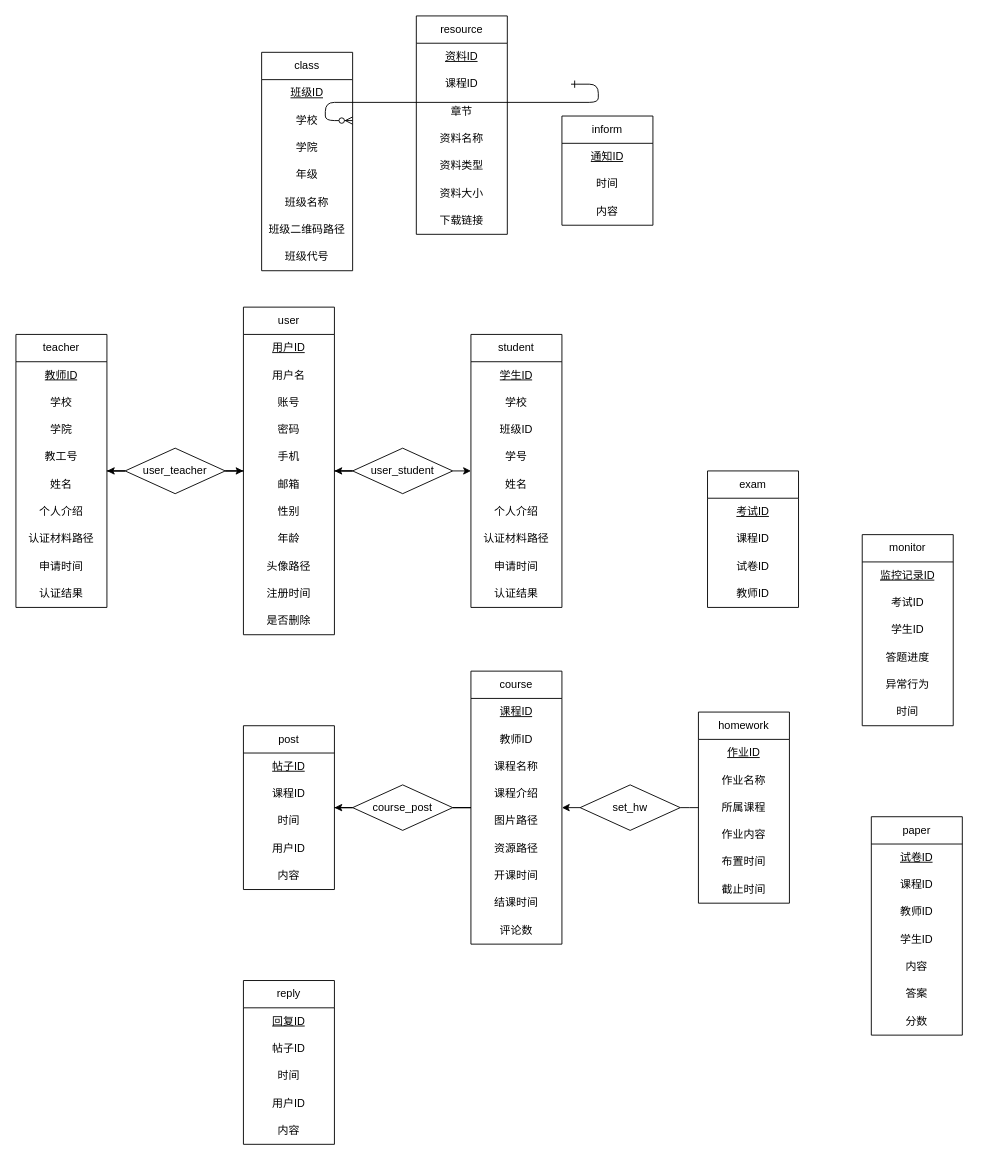
The draw.io diagram 未命名绘图.drawio in Umbrellalalala/Hello-World, before the edit. Source tidied: cells renumbered, new cells numbered last; positions are measured from the earlier drawing's top-left corner, leaving out a move shared by most shapes. Both pictures are drawn from the tidied source at 91%, with x=0, y=0 at pixel (15, 15).
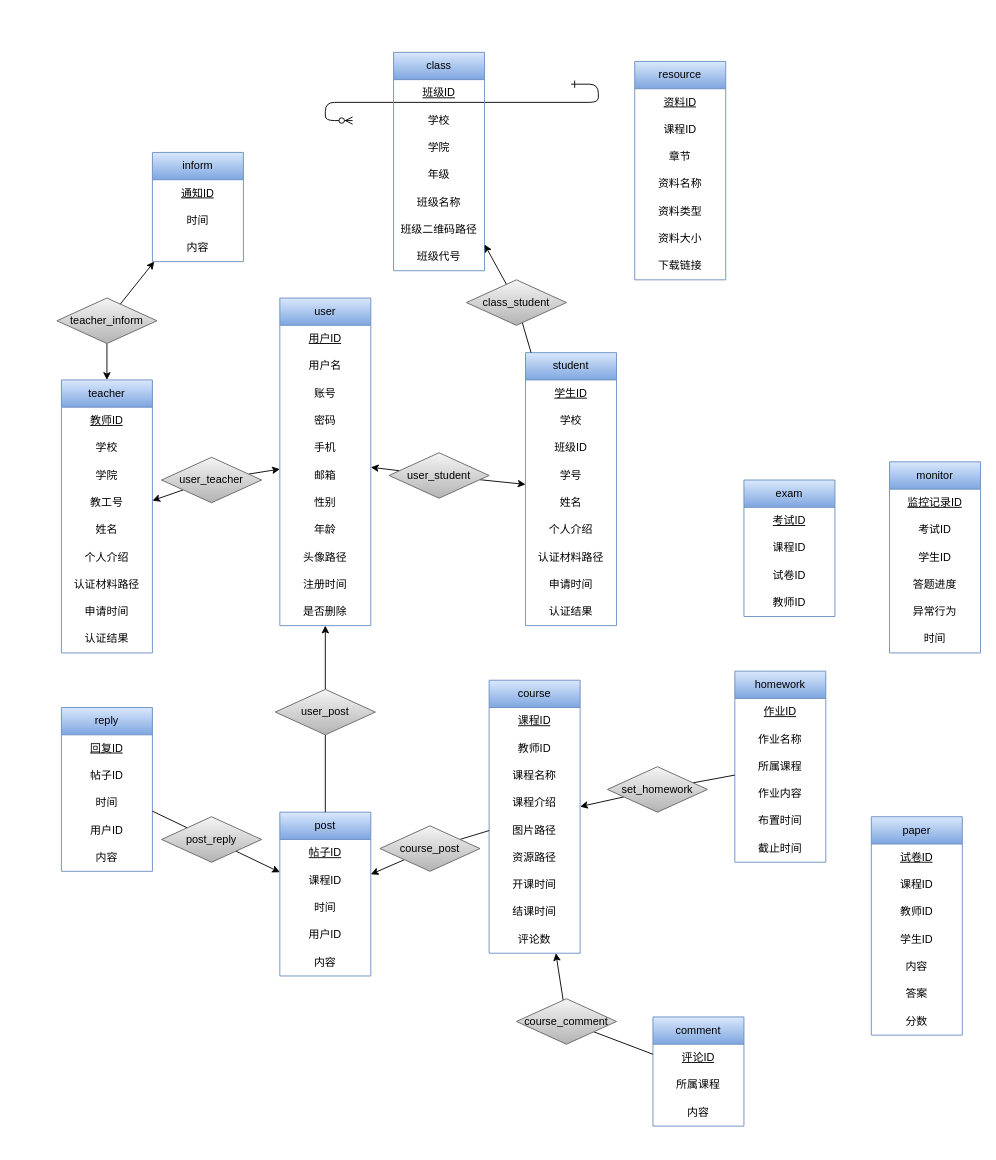
After the change.

Commit message (it also covers changes not shown here):
更新未命名绘图.drawio

Change to the diagram source:
```diff
@@
-    <mxCell id="3" value="student" style="swimlane;fontStyle=0;horizontal=1;startSize=30;whiteSpace=wrap;html=1;" parent="1" vertex="1">
-      <mxGeometry x="500" y="350" width="100" height="300" as="geometry" />
+    <mxCell id="3" value="student" style="swimlane;fontStyle=0;horizontal=1;startSize=30;whiteSpace=wrap;html=1;fillColor=#dae8fc;strokeColor=#6c8ebf;gradientColor=#7ea6e0;" parent="1" vertex="1">
+      <mxGeometry x="560" y="370" width="100" height="300" as="geometry" />
     </mxCell>
@@
-    <mxCell id="13" value="teacher" style="swimlane;fontStyle=0;horizontal=1;startSize=30;whiteSpace=wrap;html=1;" parent="1" vertex="1">
-      <mxGeometry y="350" width="100" height="300" as="geometry" />
+    <mxCell id="13" value="teacher" style="swimlane;fontStyle=0;horizontal=1;startSize=30;whiteSpace=wrap;html=1;fillColor=#dae8fc;gradientColor=#7ea6e0;strokeColor=#6c8ebf;" parent="1" vertex="1">
+      <mxGeometry x="50" y="400" width="100" height="300" as="geometry" />
     </mxCell>
@@
-    <mxCell id="23" value="user" style="swimlane;fontStyle=0;horizontal=1;startSize=30;whiteSpace=wrap;html=1;" parent="1" vertex="1">
-      <mxGeometry x="250" y="320" width="100" height="360" as="geometry" />
+    <mxCell id="23" value="user" style="swimlane;fontStyle=0;horizontal=1;startSize=30;whiteSpace=wrap;html=1;fillColor=#dae8fc;strokeColor=#6c8ebf;gradientColor=#7ea6e0;" parent="1" vertex="1">
+      <mxGeometry x="290" y="310" width="100" height="360" as="geometry" />
     </mxCell>
@@
-    <mxCell id="35" style="edgeStyle=orthogonalEdgeStyle;rounded=0;jettySize=auto;html=1;" parent="1" edge="1" source="37" target="13">
+    <mxCell id="35" style="rounded=0;jettySize=auto;html=1;" parent="1" edge="1" source="37" target="13">
       <mxGeometry relative="1" as="geometry" />
     </mxCell>
-    <mxCell id="36" style="edgeStyle=orthogonalEdgeStyle;rounded=0;jettySize=auto;html=1;" parent="1" edge="1" source="37" target="23">
+    <mxCell id="36" style="rounded=0;jettySize=auto;html=1;" parent="1" edge="1" source="37" target="23">
       <mxGeometry relative="1" as="geometry" />
     </mxCell>
-    <mxCell id="37" value="user_teacher" style="rhombus;whiteSpace=wrap;html=1;" parent="1" vertex="1">
-      <mxGeometry x="120" y="475" width="110" height="50" as="geometry" />
+    <mxCell id="37" value="user_teacher" style="rhombus;whiteSpace=wrap;html=1;fillColor=#f5f5f5;strokeColor=#666666;gradientColor=#b3b3b3;" parent="1" vertex="1">
+      <mxGeometry x="160" y="485" width="110" height="50" as="geometry" />
     </mxCell>
-    <mxCell id="38" style="edgeStyle=orthogonalEdgeStyle;rounded=0;jettySize=auto;html=1;" parent="1" edge="1" source="40" target="23">
+    <mxCell id="38" style="rounded=0;jettySize=auto;html=1;" parent="1" edge="1" source="40" target="23">
       <mxGeometry relative="1" as="geometry" />
     </mxCell>
-    <mxCell id="39" style="edgeStyle=orthogonalEdgeStyle;rounded=0;jettySize=auto;html=1;strokeColor=default;" parent="1" edge="1" source="40" target="3">
-      <mxGeometry relative="1" as="geometry">
-        <Array as="points">
-          <mxPoint x="520" y="500" />
-          <mxPoint x="520" y="500" />
-        </Array>
-      </mxGeometry>
+    <mxCell id="39" style="rounded=0;jettySize=auto;html=1;strokeColor=default;" parent="1" edge="1" source="40" target="3">
+      <mxGeometry relative="1" as="geometry" />
     </mxCell>
-    <mxCell id="40" value="user_student" style="rhombus;whiteSpace=wrap;html=1;" parent="1" vertex="1">
-      <mxGeometry x="370" y="475" width="110" height="50" as="geometry" />
+    <mxCell id="40" value="user_student" style="rhombus;whiteSpace=wrap;html=1;fillColor=#f5f5f5;strokeColor=#666666;gradientColor=#b3b3b3;" parent="1" vertex="1">
+      <mxGeometry x="410" y="480" width="110" height="50" as="geometry" />
     </mxCell>
-    <mxCell id="41" value="class" style="swimlane;fontStyle=0;horizontal=1;startSize=30;whiteSpace=wrap;html=1;" parent="1" vertex="1">
-      <mxGeometry x="270" y="40" width="100" height="240" as="geometry" />
+    <mxCell id="41" value="class" style="swimlane;fontStyle=0;horizontal=1;startSize=30;whiteSpace=wrap;html=1;fillColor=#dae8fc;strokeColor=#6c8ebf;gradientColor=#7ea6e0;" parent="1" vertex="1">
+      <mxGeometry x="415" y="40" width="100" height="240" as="geometry" />
     </mxCell>
@@
-    <mxCell id="49" value="course" style="swimlane;fontStyle=0;horizontal=1;startSize=30;whiteSpace=wrap;html=1;" parent="1" vertex="1">
-      <mxGeometry x="500" y="720" width="100" height="300" as="geometry" />
+    <mxCell id="49" value="course" style="swimlane;fontStyle=0;horizontal=1;startSize=30;whiteSpace=wrap;html=1;fillColor=#dae8fc;gradientColor=#7ea6e0;strokeColor=#6c8ebf;" parent="1" vertex="1">
+      <mxGeometry x="520" y="730" width="100" height="300" as="geometry" />
     </mxCell>
@@
-    <mxCell id="59" value="resource" style="swimlane;fontStyle=0;horizontal=1;startSize=30;whiteSpace=wrap;html=1;" parent="1" vertex="1">
-      <mxGeometry x="440" width="100" height="240" as="geometry" />
+    <mxCell id="59" value="resource" style="swimlane;fontStyle=0;horizontal=1;startSize=30;whiteSpace=wrap;html=1;fillColor=#dae8fc;strokeColor=#6c8ebf;gradientColor=#7ea6e0;" parent="1" vertex="1">
+      <mxGeometry x="680" y="50" width="100" height="240" as="geometry" />
     </mxCell>
@@
-    <mxCell id="67" value="inform" style="swimlane;fontStyle=0;horizontal=1;startSize=30;whiteSpace=wrap;html=1;" parent="1" vertex="1">
-      <mxGeometry x="600" y="110" width="100" height="120" as="geometry" />
+    <mxCell id="67" value="inform" style="swimlane;fontStyle=0;horizontal=1;startSize=30;whiteSpace=wrap;html=1;fillColor=#dae8fc;strokeColor=#6c8ebf;gradientColor=#7ea6e0;" parent="1" vertex="1">
+      <mxGeometry x="150" y="150" width="100" height="120" as="geometry" />
     </mxCell>
@@
-    <mxCell id="71" value="homework" style="swimlane;fontStyle=0;horizontal=1;startSize=30;whiteSpace=wrap;html=1;" parent="1" vertex="1">
-      <mxGeometry x="750" y="765" width="100" height="210" as="geometry" />
+    <mxCell id="71" value="homework" style="swimlane;fontStyle=0;horizontal=1;startSize=30;whiteSpace=wrap;html=1;fillColor=#dae8fc;gradientColor=#7ea6e0;strokeColor=#6c8ebf;" parent="1" vertex="1">
+      <mxGeometry x="790" y="720" width="100" height="210" as="geometry" />
     </mxCell>
@@
-    <mxCell id="78" value="reply" style="swimlane;fontStyle=0;horizontal=1;startSize=30;whiteSpace=wrap;html=1;" parent="1" vertex="1">
-      <mxGeometry x="250" y="1060" width="100" height="180" as="geometry" />
+    <mxCell id="78" value="reply" style="swimlane;fontStyle=0;horizontal=1;startSize=30;whiteSpace=wrap;html=1;fillColor=#dae8fc;gradientColor=#7ea6e0;strokeColor=#6c8ebf;" parent="1" vertex="1">
+      <mxGeometry x="50" y="760" width="100" height="180" as="geometry" />
     </mxCell>
@@
-    <mxCell id="84" value="exam" style="swimlane;fontStyle=0;horizontal=1;startSize=30;whiteSpace=wrap;html=1;" parent="1" vertex="1">
-      <mxGeometry x="760" y="500" width="100" height="150" as="geometry" />
+    <mxCell id="84" value="exam" style="swimlane;fontStyle=0;horizontal=1;startSize=30;whiteSpace=wrap;html=1;fillColor=#dae8fc;strokeColor=#6c8ebf;gradientColor=#7ea6e0;" parent="1" vertex="1">
+      <mxGeometry x="800" y="510" width="100" height="150" as="geometry" />
     </mxCell>
@@
-    <mxCell id="89" value="paper" style="swimlane;fontStyle=0;horizontal=1;startSize=30;whiteSpace=wrap;html=1;" parent="1" vertex="1">
+    <mxCell id="89" value="paper" style="swimlane;fontStyle=0;horizontal=1;startSize=30;whiteSpace=wrap;html=1;fillColor=#dae8fc;gradientColor=#7ea6e0;strokeColor=#6c8ebf;" parent="1" vertex="1">
       <mxGeometry x="940" y="880" width="100" height="240" as="geometry" />
     </mxCell>
@@
-    <mxCell id="97" value="monitor" style="swimlane;fontStyle=0;horizontal=1;startSize=30;whiteSpace=wrap;html=1;" parent="1" vertex="1">
-      <mxGeometry x="930" y="570" width="100" height="210" as="geometry" />
+    <mxCell id="97" value="monitor" style="swimlane;fontStyle=0;horizontal=1;startSize=30;whiteSpace=wrap;html=1;fillColor=#dae8fc;strokeColor=#6c8ebf;gradientColor=#7ea6e0;" parent="1" vertex="1">
+      <mxGeometry x="960" y="490" width="100" height="210" as="geometry" />
     </mxCell>
@@
-    <mxCell id="104" style="edgeStyle=orthogonalEdgeStyle;rounded=0;jettySize=auto;html=1;endArrow=none;endFill=0;" parent="1" edge="1" source="106" target="71">
-      <mxGeometry relative="1" as="geometry">
-        <Array as="points">
-          <mxPoint x="740" y="870" />
-          <mxPoint x="740" y="870" />
-        </Array>
-      </mxGeometry>
+    <mxCell id="104" style="rounded=0;jettySize=auto;html=1;endArrow=none;endFill=0;" parent="1" edge="1" source="106" target="71">
+      <mxGeometry relative="1" as="geometry" />
     </mxCell>
-    <mxCell id="105" style="edgeStyle=orthogonalEdgeStyle;rounded=0;jettySize=auto;html=1;" parent="1" edge="1" source="106">
-      <mxGeometry relative="1" as="geometry">
-        <mxPoint x="600" y="870" as="targetPoint" />
-      </mxGeometry>
-    </mxCell>
+    <mxCell id="116" style="rounded=0;jettySize=auto;html=1;" parent="1" edge="1" source="106" target="49">
+      <mxGeometry relative="1" as="geometry" />
+    </mxCell>
-    <mxCell id="106" value="set_hw" style="rhombus;whiteSpace=wrap;html=1;" parent="1" vertex="1">
-      <mxGeometry x="620" y="845" width="110" height="50" as="geometry" />
+    <mxCell id="106" value="set_homework" style="rhombus;whiteSpace=wrap;html=1;fillColor=#f5f5f5;strokeColor=#666666;gradientColor=#b3b3b3;" parent="1" vertex="1">
+      <mxGeometry x="650" y="825" width="110" height="50" as="geometry" />
     </mxCell>
-    <mxCell id="107" value="post" style="swimlane;fontStyle=0;horizontal=1;startSize=30;whiteSpace=wrap;html=1;" parent="1" vertex="1">
-      <mxGeometry x="250" y="780" width="100" height="180" as="geometry" />
+    <mxCell id="107" value="post" style="swimlane;fontStyle=0;horizontal=1;startSize=30;whiteSpace=wrap;html=1;fillColor=#dae8fc;gradientColor=#7ea6e0;strokeColor=#6c8ebf;" parent="1" vertex="1">
+      <mxGeometry x="290" y="875" width="100" height="180" as="geometry" />
     </mxCell>
@@
-    <mxCell id="113" style="edgeStyle=orthogonalEdgeStyle;rounded=0;jettySize=auto;html=1;endArrow=none;endFill=0;" parent="1" edge="1" source="115" target="49">
+    <mxCell id="113" style="rounded=0;jettySize=auto;html=1;endArrow=none;endFill=0;" parent="1" edge="1" source="115" target="49">
       <mxGeometry relative="1" as="geometry" />
     </mxCell>
-    <mxCell id="114" style="edgeStyle=orthogonalEdgeStyle;rounded=0;jettySize=auto;html=1;" parent="1" edge="1" source="115" target="107">
+    <mxCell id="114" style="rounded=0;jettySize=auto;html=1;" parent="1" edge="1" source="115" target="107">
       <mxGeometry relative="1" as="geometry" />
     </mxCell>
-    <mxCell id="115" value="course_post" style="rhombus;whiteSpace=wrap;html=1;" parent="1" vertex="1">
-      <mxGeometry x="370" y="845" width="110" height="50" as="geometry" />
+    <mxCell id="115" value="course_post" style="rhombus;whiteSpace=wrap;html=1;fillColor=#f5f5f5;strokeColor=#666666;gradientColor=#b3b3b3;" parent="1" vertex="1">
+      <mxGeometry x="400" y="890" width="110" height="50" as="geometry" />
     </mxCell>
+    <mxCell id="117" style="rounded=0;jettySize=auto;html=1;endArrow=classic;endFill=1;" parent="1" edge="1" source="119" target="107">
+      <mxGeometry relative="1" as="geometry" />
+    </mxCell>
+    <mxCell id="118" style="rounded=0;jettySize=auto;html=1;endArrow=none;endFill=0;" parent="1" edge="1" source="119" target="78">
+      <mxGeometry relative="1" as="geometry" />
+    </mxCell>
+    <mxCell id="119" value="post_reply" style="rhombus;whiteSpace=wrap;html=1;fillColor=#f5f5f5;strokeColor=#666666;gradientColor=#b3b3b3;" parent="1" vertex="1">
+      <mxGeometry x="160" y="880" width="110" height="50" as="geometry" />
+    </mxCell>
+    <mxCell id="120" style="rounded=0;jettySize=auto;html=1;" parent="1" edge="1" source="122" target="67">
+      <mxGeometry relative="1" as="geometry" />
+    </mxCell>
+    <mxCell id="121" style="rounded=0;jettySize=auto;html=1;" parent="1" edge="1" source="122" target="13">
+      <mxGeometry relative="1" as="geometry" />
+    </mxCell>
+    <mxCell id="122" value="teacher_inform" style="rhombus;whiteSpace=wrap;html=1;fillColor=#f5f5f5;strokeColor=#666666;gradientColor=#b3b3b3;" parent="1" vertex="1">
+      <mxGeometry x="45" y="310" width="110" height="50" as="geometry" />
+    </mxCell>
+    <mxCell id="123" style="rounded=0;jettySize=auto;html=1;endArrow=classic;endFill=1;" parent="1" edge="1" source="125" target="23">
+      <mxGeometry relative="1" as="geometry" />
+    </mxCell>
+    <mxCell id="124" style="rounded=0;jettySize=auto;html=1;endArrow=none;endFill=0;" parent="1" edge="1" source="125" target="107">
+      <mxGeometry relative="1" as="geometry" />
+    </mxCell>
+    <mxCell id="125" value="user_post" style="rhombus;whiteSpace=wrap;html=1;fillColor=#f5f5f5;strokeColor=#666666;gradientColor=#b3b3b3;" parent="1" vertex="1">
+      <mxGeometry x="285" y="740" width="110" height="50" as="geometry" />
+    </mxCell>
+    <mxCell id="126" style="rounded=0;jettySize=auto;html=1;" parent="1" edge="1" source="128" target="41">
+      <mxGeometry relative="1" as="geometry" />
+    </mxCell>
+    <mxCell id="127" style="rounded=0;jettySize=auto;html=1;endArrow=none;endFill=0;" parent="1" edge="1" source="128" target="3">
+      <mxGeometry relative="1" as="geometry" />
+    </mxCell>
+    <mxCell id="128" value="class_student" style="rhombus;whiteSpace=wrap;html=1;fillColor=#f5f5f5;strokeColor=#666666;gradientColor=#b3b3b3;" parent="1" vertex="1">
+      <mxGeometry x="495" y="290" width="110" height="50" as="geometry" />
+    </mxCell>
+    <mxCell id="129" value="comment" style="swimlane;fontStyle=0;horizontal=1;startSize=30;whiteSpace=wrap;html=1;fillColor=#dae8fc;strokeColor=#6c8ebf;gradientColor=#7ea6e0;" parent="1" vertex="1">
+      <mxGeometry x="700" y="1100" width="100" height="120" as="geometry" />
+    </mxCell>
+    <mxCell id="130" value="&lt;u&gt;评论ID&lt;/u&gt;" style="text;strokeColor=none;fillColor=none;align=center;verticalAlign=middle;spacingLeft=4;spacingRight=4;overflow=hidden;whiteSpace=wrap;html=1;" parent="129" vertex="1">
+      <mxGeometry y="30" width="100" height="30" as="geometry" />
+    </mxCell>
+    <mxCell id="131" value="所属课程" style="text;strokeColor=none;fillColor=none;align=center;verticalAlign=middle;spacingLeft=4;spacingRight=4;overflow=hidden;whiteSpace=wrap;html=1;" parent="129" vertex="1">
+      <mxGeometry y="60" width="100" height="30" as="geometry" />
+    </mxCell>
+    <mxCell id="132" value="内容" style="text;strokeColor=none;fillColor=none;align=center;verticalAlign=middle;spacingLeft=4;spacingRight=4;overflow=hidden;whiteSpace=wrap;html=1;" parent="129" vertex="1">
+      <mxGeometry y="90" width="100" height="30" as="geometry" />
+    </mxCell>
+    <mxCell id="133" style="rounded=0;jettySize=auto;html=1;endArrow=none;endFill=0;" parent="1" edge="1" source="135" target="129">
+      <mxGeometry relative="1" as="geometry" />
+    </mxCell>
+    <mxCell id="134" style="rounded=0;jettySize=auto;html=1;" parent="1" edge="1" source="135" target="49">
+      <mxGeometry relative="1" as="geometry" />
+    </mxCell>
+    <mxCell id="135" value="course_comment" style="rhombus;whiteSpace=wrap;html=1;fillColor=#f5f5f5;strokeColor=#666666;gradientColor=#b3b3b3;" parent="1" vertex="1">
+      <mxGeometry x="550" y="1080" width="110" height="50" as="geometry" />
+    </mxCell>
```
